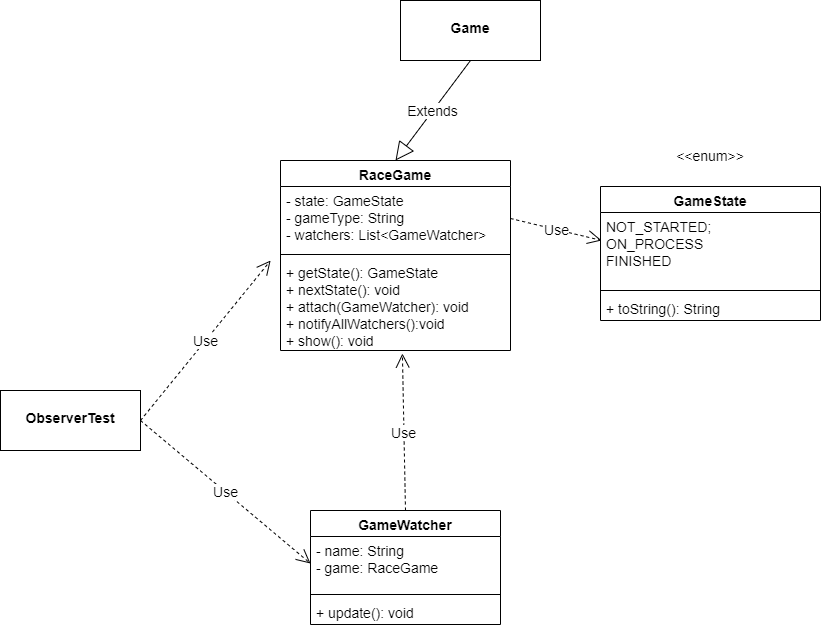
Above: class-diagrams/observer.drawio.png in Shankfizz/OlympicGames (draw.io), before the change. Source tidied: cells renumbered, new cells last; positions are measured from the earlier drawing's top-left corner, leaving out a move shared by most shapes.
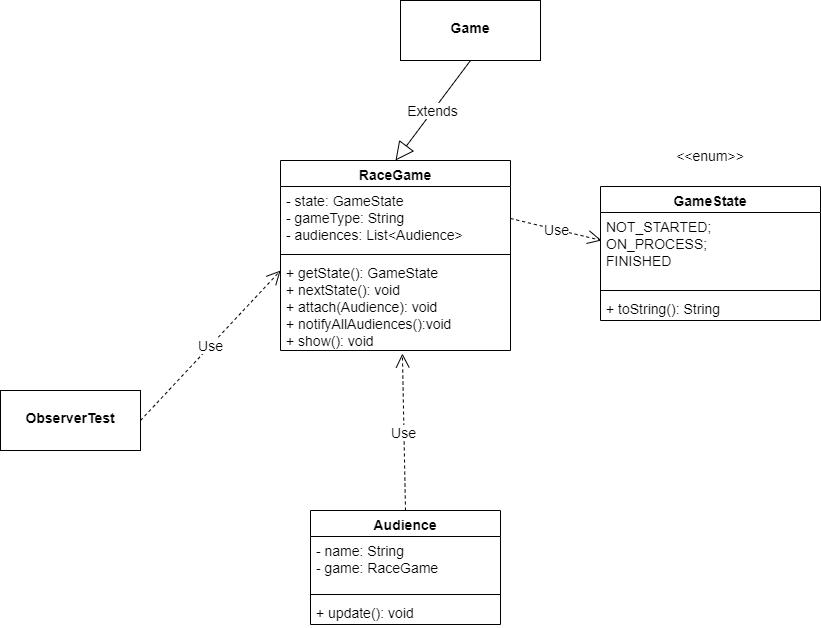
Later version of the same file.

Change to the diagram source:
```diff
@@ -5,19 +5,19 @@
     <mxCell id="2" value="RaceGame" style="swimlane;fontStyle=1;align=center;verticalAlign=top;horizontal=1;startSize=26;fontSize=14;" parent="1" vertex="1">
       <mxGeometry x="280" y="160" width="230" height="190" as="geometry" />
     </mxCell>
-    <mxCell id="3" value="- state: GameState&#10;- gameType: String&#10;- watchers: List&lt;GameWatcher&gt;" style="text;strokeColor=none;fillColor=none;align=left;verticalAlign=top;spacingLeft=4;spacingRight=4;overflow=hidden;points=[[0,0.5],[1,0.5]];portConstraint=eastwest;fontSize=14;" parent="2" vertex="1">
+    <mxCell id="3" value="- state: GameState&#10;- gameType: String&#10;- audiences: List&lt;Audience&gt;" style="text;strokeColor=none;fillColor=none;align=left;verticalAlign=top;spacingLeft=4;spacingRight=4;overflow=hidden;points=[[0,0.5],[1,0.5]];portConstraint=eastwest;fontSize=14;" parent="2" vertex="1">
       <mxGeometry y="26" width="230" height="64" as="geometry" />
     </mxCell>
     <mxCell id="4" style="line;strokeWidth=1;fillColor=none;align=left;verticalAlign=middle;spacingTop=-1;spacingLeft=3;spacingRight=3;labelPosition=right;" parent="2" vertex="1">
       <mxGeometry y="90" width="230" height="8" as="geometry" />
     </mxCell>
-    <mxCell id="5" value="+ getState(): GameState&#10;+ nextState(): void&#10;+ attach(GameWatcher): void&#10;+ notifyAllWatchers():void&#10;+ show(): void" style="text;strokeColor=none;fillColor=none;align=left;verticalAlign=top;spacingLeft=4;spacingRight=4;overflow=hidden;points=[[0,0.5],[1,0.5]];portConstraint=eastwest;fontSize=14;" parent="2" vertex="1">
+    <mxCell id="5" value="+ getState(): GameState&#10;+ nextState(): void&#10;+ attach(Audience): void&#10;+ notifyAllAudiences():void&#10;+ show(): void" style="text;strokeColor=none;fillColor=none;align=left;verticalAlign=top;spacingLeft=4;spacingRight=4;overflow=hidden;points=[[0,0.5],[1,0.5]];portConstraint=eastwest;fontSize=14;" parent="2" vertex="1">
       <mxGeometry y="98" width="230" height="92" as="geometry" />
     </mxCell>
     <mxCell id="6" value="GameState&#10;" style="swimlane;fontStyle=1;align=center;verticalAlign=top;horizontal=1;startSize=26;fontSize=14;" parent="1" vertex="1">
       <mxGeometry x="600" y="186" width="220" height="134" as="geometry" />
     </mxCell>
-    <mxCell id="7" value="NOT_STARTED; &#10;ON_PROCESS&#10;FINISHED" style="text;strokeColor=none;fillColor=none;align=left;verticalAlign=top;spacingLeft=4;spacingRight=4;overflow=hidden;points=[[0,0.5],[1,0.5]];portConstraint=eastwest;fontSize=14;" parent="6" vertex="1">
+    <mxCell id="7" value="NOT_STARTED; &#10;ON_PROCESS;&#10;FINISHED" style="text;strokeColor=none;fillColor=none;align=left;verticalAlign=top;spacingLeft=4;spacingRight=4;overflow=hidden;points=[[0,0.5],[1,0.5]];portConstraint=eastwest;fontSize=14;" parent="6" vertex="1">
       <mxGeometry y="26" width="220" height="74" as="geometry" />
     </mxCell>
     <mxCell id="8" style="line;strokeWidth=1;fillColor=none;align=left;verticalAlign=middle;spacingTop=-1;spacingLeft=3;spacingRight=3;labelPosition=right;fontSize=14;" parent="6" vertex="1">
@@ -38,7 +38,7 @@
     <mxCell id="13" value="Extends" style="endArrow=block;endSize=16;endFill=0;html=1;rounded=0;fontSize=14;exitX=0.5;exitY=1;exitDx=0;exitDy=0;entryX=0.5;entryY=0;entryDx=0;entryDy=0;" parent="1" edge="1" source="12" target="2">
       <mxGeometry relative="1" as="geometry" />
     </mxCell>
-    <mxCell id="14" value="GameWatcher" style="swimlane;fontStyle=1;align=center;verticalAlign=top;horizontal=1;startSize=26;fontSize=14;" parent="1" vertex="1">
+    <mxCell id="14" value="Audience" style="swimlane;fontStyle=1;align=center;verticalAlign=top;horizontal=1;startSize=26;fontSize=14;" parent="1" vertex="1">
       <mxGeometry x="310" y="510" width="190" height="114" as="geometry" />
     </mxCell>
     <mxCell id="15" value="- name: String&#10;- game: RaceGame" style="text;strokeColor=none;fillColor=none;align=left;verticalAlign=top;spacingLeft=4;spacingRight=4;overflow=hidden;points=[[0,0.5],[1,0.5]];portConstraint=eastwest;fontSize=14;" parent="14" vertex="1">
@@ -56,11 +56,10 @@
     <mxCell id="19" value="&lt;p style=&quot;margin: 4px 0px 0px ; text-align: center ; font-size: 14px&quot;&gt;&lt;br&gt;&lt;b&gt;ObserverTest&lt;/b&gt;&lt;/p&gt;" style="verticalAlign=top;align=left;overflow=fill;fontSize=12;fontFamily=Helvetica;html=1;" parent="1" vertex="1">
       <mxGeometry y="390" width="140" height="60" as="geometry" />
     </mxCell>
-    <mxCell id="20" value="Use" style="endArrow=open;endSize=12;dashed=1;html=1;rounded=0;fontSize=14;entryX=-0.043;entryY=0.022;entryDx=0;entryDy=0;entryPerimeter=0;exitX=1;exitY=0.5;exitDx=0;exitDy=0;" parent="1" edge="1" source="19" target="5">
-      <mxGeometry relative="1" as="geometry" />
-    </mxCell>
-    <mxCell id="21" value="Use" style="endArrow=open;endSize=12;dashed=1;html=1;rounded=0;fontSize=14;entryX=0;entryY=0.5;entryDx=0;entryDy=0;exitX=1;exitY=0.5;exitDx=0;exitDy=0;" parent="1" edge="1" source="19" target="15">
-      <mxGeometry relative="1" as="geometry" />
+    <mxCell id="21" value="Use" style="endArrow=open;endSize=12;dashed=1;html=1;rounded=0;fontSize=14;entryX=-0.043;entryY=0.022;entryDx=0;entryDy=0;entryPerimeter=0;exitX=1;exitY=0.5;exitDx=0;exitDy=0;" parent="1" edge="1" source="19">
+      <mxGeometry relative="1" as="geometry">
+        <mxPoint x="280.1" y="270" as="targetPoint" />
+      </mxGeometry>
     </mxCell>
   </root>
 </mxGraphModel>
```
